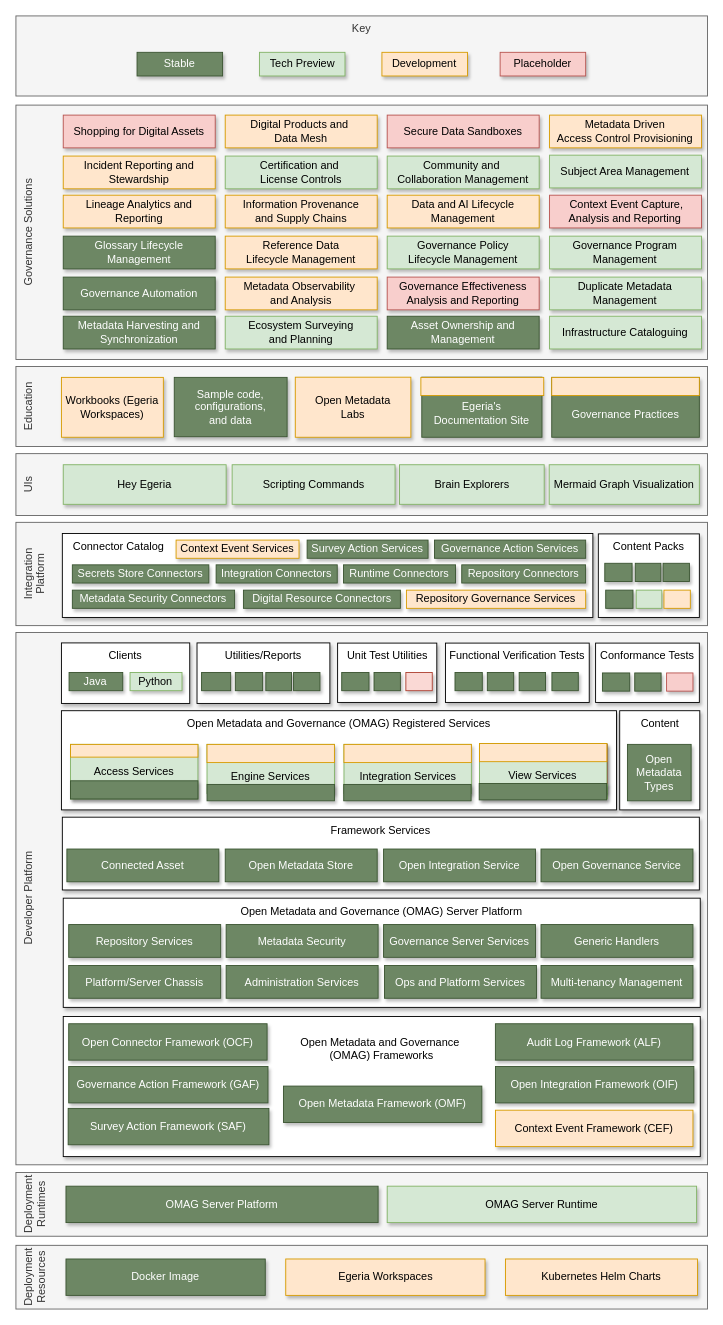
Above: page "release-5.3" (31 of 31) of site/docs/release-notes/egeria-status.drawio in odpi/egeria-docs (draw.io), before the change. Source tidied: cells renumbered, new cells numbered last; positions are measured from the earlier drawing's top-left corner, leaving out a move shared by most shapes. Both pictures are drawn from the tidied source at 91%, with x=0, y=0 at pixel (15, 15).
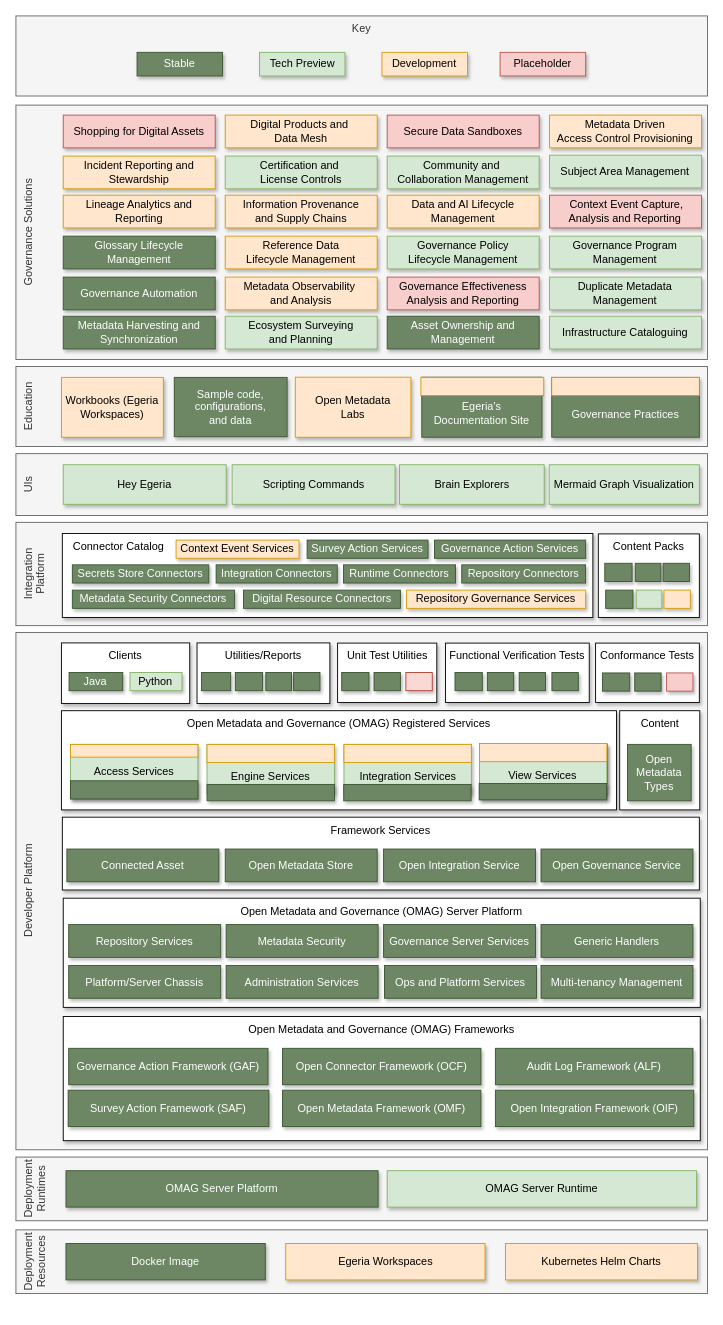
The same diagram, later.

Change to the diagram source:
```diff
@@
     <mxCell id="9" value="Deployment Resources" style="rounded=0;whiteSpace=wrap;html=1;horizontal=0;verticalAlign=top;fillColor=#f5f5f5;strokeColor=#666666;fontColor=#333333;" parent="1" vertex="1">
-      <mxGeometry y="1351" width="760" height="70" as="geometry" />
+      <mxGeometry y="1334" width="760" height="70" as="geometry" />
     </mxCell>
     <mxCell id="10" value="Kubernetes Helm Charts" style="rounded=0;whiteSpace=wrap;html=1;align=center;shadow=1;fillColor=#ffe6cc;strokeColor=#d79b00;" parent="1" vertex="1">
-      <mxGeometry x="538" y="1366" width="211" height="40" as="geometry" />
+      <mxGeometry x="538" y="1349" width="211" height="40" as="geometry" />
     </mxCell>
     <mxCell id="11" value="Docker Image" style="rounded=0;whiteSpace=wrap;html=1;align=center;shadow=1;fillColor=#6d8764;fontColor=#ffffff;strokeColor=#3A5431;" parent="1" vertex="1">
-      <mxGeometry x="55" y="1366" width="219" height="40" as="geometry" />
+      <mxGeometry x="55" y="1349" width="219" height="40" as="geometry" />
     </mxCell>
@@
     <mxCell id="14" value="Egeria Workspaces" style="rounded=0;whiteSpace=wrap;html=1;align=center;shadow=1;fillColor=#ffe6cc;strokeColor=#d79b00;" parent="1" vertex="1">
-      <mxGeometry x="296.5" y="1366" width="219" height="40" as="geometry" />
+      <mxGeometry x="296.5" y="1349" width="219" height="40" as="geometry" />
     </mxCell>
@@
     <mxCell id="23" value="Deployment Runtimes" style="rounded=0;whiteSpace=wrap;html=1;horizontal=0;verticalAlign=top;fillColor=#f5f5f5;strokeColor=#666666;fontColor=#333333;" parent="1" vertex="1">
-      <mxGeometry y="1271" width="760" height="70" as="geometry" />
+      <mxGeometry y="1254" width="760" height="70" as="geometry" />
     </mxCell>
     <mxCell id="24" value="OMAG Server Runtime" style="rounded=0;whiteSpace=wrap;html=1;align=center;shadow=1;fillColor=#d5e8d4;strokeColor=#82b366;" parent="1" vertex="1">
-      <mxGeometry x="408" y="1286" width="340" height="40" as="geometry" />
+      <mxGeometry x="408" y="1269" width="340" height="40" as="geometry" />
     </mxCell>
     <mxCell id="25" value="OMAG Server Platform" style="rounded=0;whiteSpace=wrap;html=1;align=center;shadow=1;fillColor=#6d8764;strokeColor=#3A5431;fontColor=#ffffff;" parent="1" vertex="1">
-      <mxGeometry x="55" y="1286" width="343" height="40" as="geometry" />
+      <mxGeometry x="55" y="1269" width="343" height="40" as="geometry" />
     </mxCell>
@@
     <mxCell id="27" value="Developer Platform" style="rounded=0;whiteSpace=wrap;html=1;horizontal=0;verticalAlign=top;fillColor=#f5f5f5;strokeColor=#666666;fontColor=#333333;" parent="1" vertex="1">
-      <mxGeometry y="677.5" width="760" height="585" as="geometry" />
+      <mxGeometry y="677.5" width="760" height="568.5" as="geometry" />
     </mxCell>
@@
-    <mxCell id="96" value="&lt;div&gt;&lt;br&gt;&lt;/div&gt;Open Metadata and Governance&amp;nbsp;&lt;div&gt;(OMAG) Frameworks&lt;/div&gt;" style="rounded=0;whiteSpace=wrap;html=1;align=center;verticalAlign=top;shadow=1;" parent="1" vertex="1">
-      <mxGeometry x="52" y="1099.5" width="700" height="154" as="geometry" />
+    <mxCell id="96" value="&lt;div&gt;&lt;span style=&quot;background-color: transparent; color: light-dark(rgb(0, 0, 0), rgb(255, 255, 255));&quot;&gt;Open Metadata and Governance&amp;nbsp;&lt;/span&gt;&lt;span style=&quot;background-color: transparent; color: light-dark(rgb(0, 0, 0), rgb(255, 255, 255));&quot;&gt;(OMAG) Frameworks&lt;/span&gt;&lt;/div&gt;" style="rounded=0;whiteSpace=wrap;html=1;align=center;verticalAlign=top;shadow=1;" parent="1" vertex="1">
+      <mxGeometry x="52" y="1099.5" width="700" height="136.5" as="geometry" />
     </mxCell>
     <mxCell id="97" value="Open Connector Framework (OCF)" style="rounded=0;whiteSpace=wrap;html=1;align=center;shadow=1;fillColor=#6d8764;strokeColor=#3A5431;fontColor=#ffffff;" parent="1" vertex="1">
-      <mxGeometry x="58" y="1107.5" width="218" height="40" as="geometry" />
+      <mxGeometry x="293" y="1134.5" width="218" height="40" as="geometry" />
     </mxCell>
     <mxCell id="98" value="Audit Log Framework (ALF)" style="rounded=0;whiteSpace=wrap;html=1;align=center;shadow=1;fillColor=#6d8764;strokeColor=#3A5431;fontColor=#ffffff;" parent="1" vertex="1">
-      <mxGeometry x="526.9" y="1107.5" width="217.1" height="40" as="geometry" />
+      <mxGeometry x="526.9" y="1134.5" width="217.1" height="40" as="geometry" />
     </mxCell>
@@
     <mxCell id="100" value="Open Integration Framework (OIF)" style="rounded=0;whiteSpace=wrap;html=1;align=center;shadow=1;fillColor=#6d8764;strokeColor=#3A5431;fontColor=#ffffff;" parent="1" vertex="1">
-      <mxGeometry x="527" y="1154.5" width="218" height="40" as="geometry" />
+      <mxGeometry x="526.9" y="1180.5" width="218" height="40" as="geometry" />
     </mxCell>
     <mxCell id="101" value="Survey Action Framework (SAF)" style="rounded=0;whiteSpace=wrap;html=1;align=center;shadow=1;fillColor=#6d8764;strokeColor=#3A5431;fontColor=#ffffff;" parent="1" vertex="1">
-      <mxGeometry x="57.4" y="1200.5" width="220.6" height="40" as="geometry" />
+      <mxGeometry x="57.4" y="1180.5" width="220.6" height="40" as="geometry" />
     </mxCell>
     <mxCell id="102" value="Governance Action Framework (GAF)" style="rounded=0;whiteSpace=wrap;html=1;align=center;shadow=1;fillColor=#6d8764;strokeColor=#3A5431;fontColor=#ffffff;" parent="1" vertex="1">
-      <mxGeometry x="58" y="1154.5" width="219" height="40" as="geometry" />
+      <mxGeometry x="58" y="1134.5" width="219" height="40" as="geometry" />
     </mxCell>
-    <mxCell id="103" value="Context Event Framework (CEF)" style="rounded=0;whiteSpace=wrap;html=1;align=center;shadow=1;fillColor=#ffe6cc;strokeColor=#d79b00;" parent="1" vertex="1">
-      <mxGeometry x="527" y="1202.5" width="217" height="40" as="geometry" />
-    </mxCell>
     <mxCell id="104" value="Open Metadata Framework (OMF)" style="rounded=0;whiteSpace=wrap;html=1;align=center;shadow=1;fillColor=#6d8764;strokeColor=#3A5431;fontColor=#ffffff;" parent="1" vertex="1">
-      <mxGeometry x="294" y="1176" width="218" height="40" as="geometry" />
+      <mxGeometry x="293" y="1180.5" width="218" height="40" as="geometry" />
     </mxCell>
```
